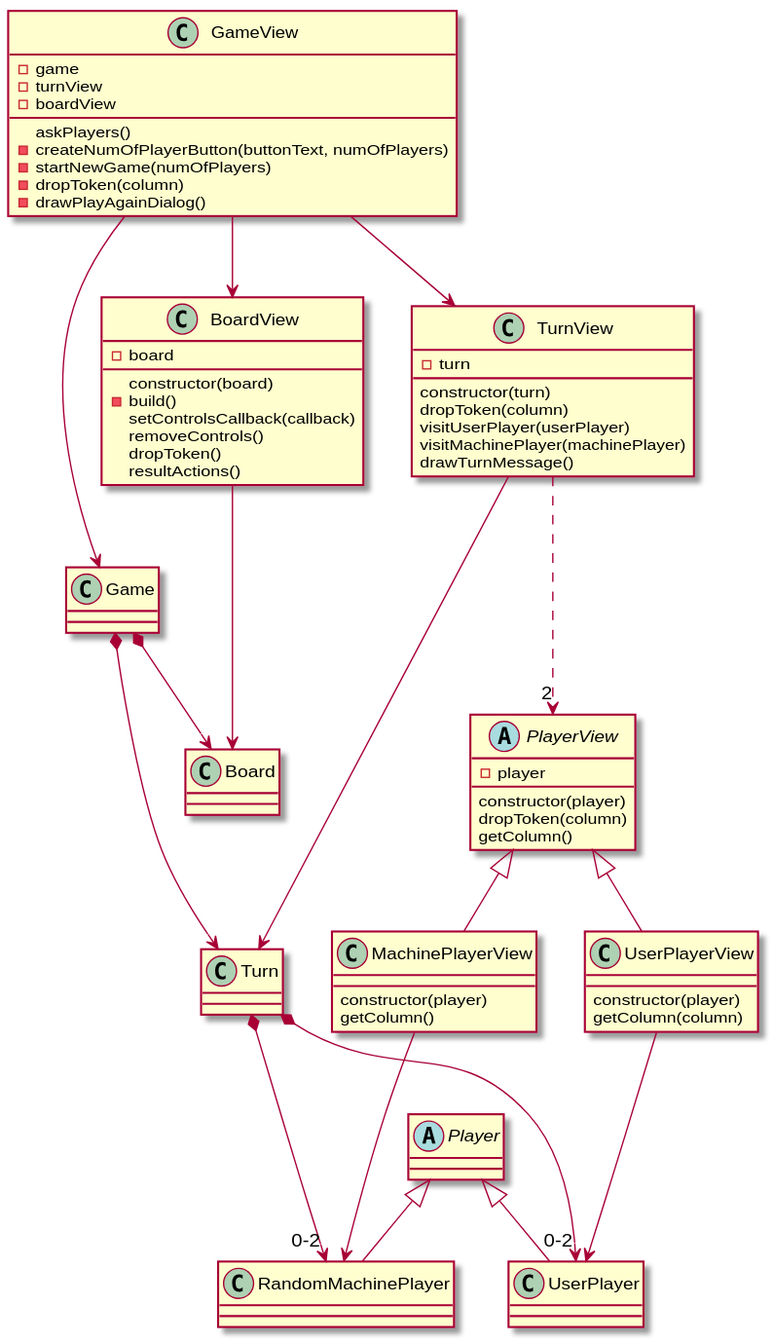
Earlier version of the PlantUML export src/uml/Connect4.svg (EscuelaIt/Conecta-4-soluci-n-de-Nelson).
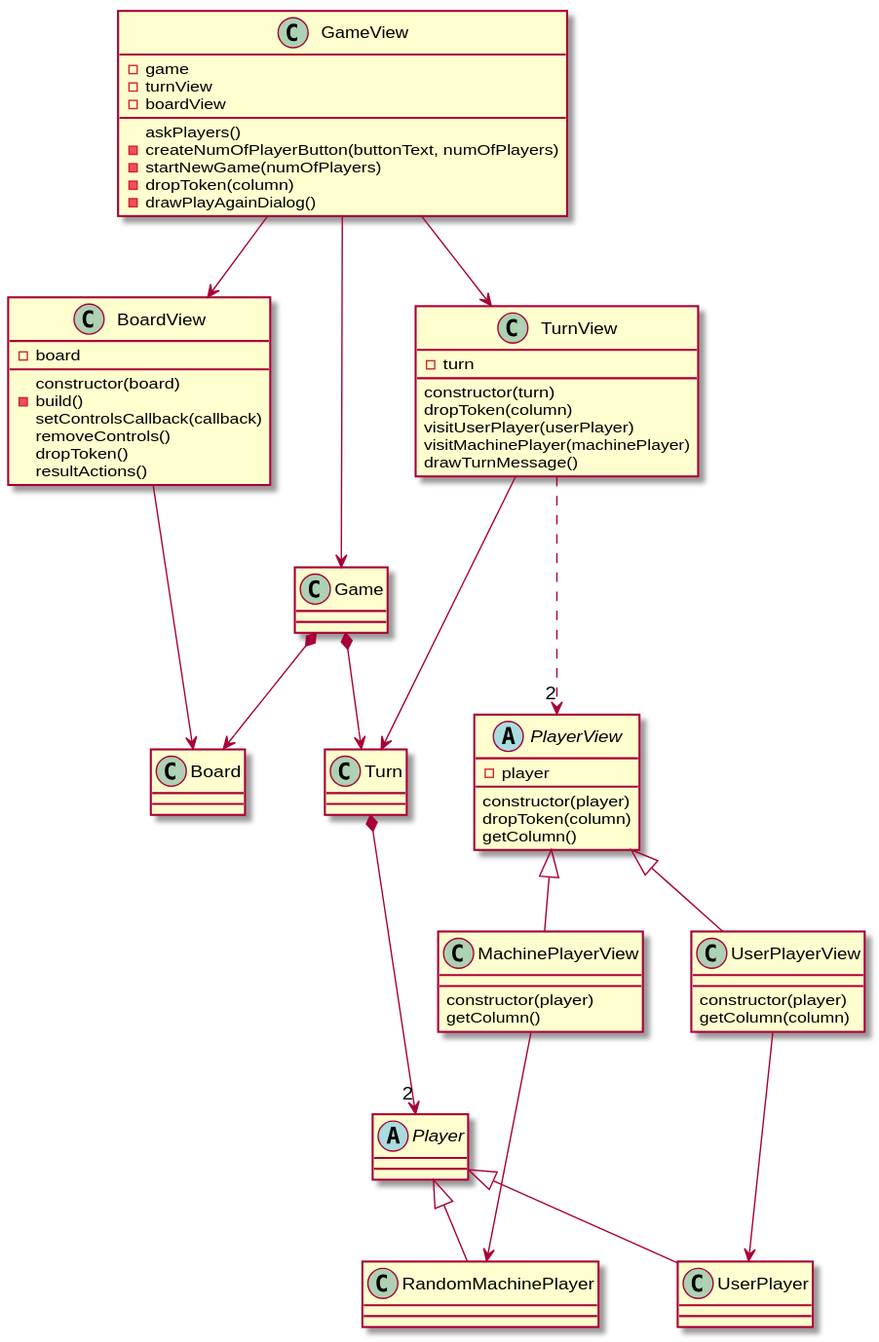
After the change.

Commit message:
Fixing relations on UML

What changed in the source:
```diff
@@ -50,8 +50,7 @@
 GameView -> BoardView
 BoardView --> Board
 TurnView --> Turn
-Turn *---> "0-2" UserPlayer
-Turn *--> "0-2" RandomMachinePlayer
+Turn *---> "2" Player
 Game *--> Turn
 Game *--> Board
 TurnView -.-> "2" PlayerView
```
